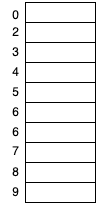
Before: cache1.png, a diagram exported from draw.io (zhaole0606/pic). Source tidied: cells renumbered, new cells last; positions are measured from the earlier drawing's top-left corner, leaving out a move shared by most shapes.
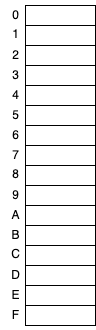
The same diagram one commit later.

Diff of the diagram source:
```diff
@@ -33,7 +33,7 @@
       <mxGeometry x="25" y="182" width="70" height="20" as="geometry" />
     </mxCell>
     <mxCell id="12" value="0" style="text;html=1;align=center;verticalAlign=middle;strokeColor=none;fillColor=none;" parent="1" vertex="1">
-      <mxGeometry width="30" height="30" as="geometry" />
+      <mxGeometry y="-23" width="30" height="30" as="geometry" />
     </mxCell>
     <mxCell id="13" value="2" style="text;html=1;align=center;verticalAlign=middle;strokeColor=none;fillColor=none;" parent="1" vertex="1">
       <mxGeometry y="17" width="30" height="30" as="geometry" />
@@ -50,17 +50,53 @@
     <mxCell id="17" value="6" style="text;html=1;align=center;verticalAlign=middle;strokeColor=none;fillColor=none;" parent="1" vertex="1">
       <mxGeometry y="97" width="30" height="30" as="geometry" />
     </mxCell>
-    <mxCell id="18" value="6" style="text;html=1;align=center;verticalAlign=middle;strokeColor=none;fillColor=none;" parent="1" vertex="1">
+    <mxCell id="18" value="7" style="text;html=1;align=center;verticalAlign=middle;strokeColor=none;fillColor=none;" parent="1" vertex="1">
       <mxGeometry y="117" width="30" height="30" as="geometry" />
     </mxCell>
-    <mxCell id="19" value="7" style="text;html=1;align=center;verticalAlign=middle;strokeColor=none;fillColor=none;" parent="1" vertex="1">
+    <mxCell id="19" value="8" style="text;html=1;align=center;verticalAlign=middle;strokeColor=none;fillColor=none;" parent="1" vertex="1">
       <mxGeometry y="136" width="30" height="30" as="geometry" />
     </mxCell>
-    <mxCell id="20" value="9" style="text;html=1;align=center;verticalAlign=middle;strokeColor=none;fillColor=none;" parent="1" vertex="1">
+    <mxCell id="20" value="A" style="text;html=1;align=center;verticalAlign=middle;strokeColor=none;fillColor=none;" parent="1" vertex="1">
       <mxGeometry y="177" width="30" height="30" as="geometry" />
     </mxCell>
-    <mxCell id="21" value="8" style="text;html=1;align=center;verticalAlign=middle;strokeColor=none;fillColor=none;" parent="1" vertex="1">
+    <mxCell id="21" value="9" style="text;html=1;align=center;verticalAlign=middle;strokeColor=none;fillColor=none;" parent="1" vertex="1">
       <mxGeometry y="157" width="30" height="30" as="geometry" />
     </mxCell>
+    <mxCell id="22" style="rounded=0;whiteSpace=wrap;html=1;" parent="1" vertex="1">
+      <mxGeometry x="25" y="-18" width="70" height="20" as="geometry" />
+    </mxCell>
+    <mxCell id="23" value="1" style="text;html=1;align=center;verticalAlign=middle;strokeColor=none;fillColor=none;" parent="1" vertex="1">
+      <mxGeometry y="-4" width="30" height="30" as="geometry" />
+    </mxCell>
+    <mxCell id="24" style="rounded=0;whiteSpace=wrap;html=1;" parent="1" vertex="1">
+      <mxGeometry x="25" y="222" width="70" height="30" as="geometry" />
+    </mxCell>
+    <mxCell id="25" style="rounded=0;whiteSpace=wrap;html=1;" parent="1" vertex="1">
+      <mxGeometry x="25" y="242" width="70" height="20" as="geometry" />
+    </mxCell>
+    <mxCell id="26" style="rounded=0;whiteSpace=wrap;html=1;" parent="1" vertex="1">
+      <mxGeometry x="25" y="262" width="70" height="20" as="geometry" />
+    </mxCell>
+    <mxCell id="27" value="B" style="text;html=1;align=center;verticalAlign=middle;strokeColor=none;fillColor=none;" parent="1" vertex="1">
+      <mxGeometry y="197" width="30" height="30" as="geometry" />
+    </mxCell>
+    <mxCell id="28" value="D" style="text;html=1;align=center;verticalAlign=middle;strokeColor=none;fillColor=none;" parent="1" vertex="1">
+      <mxGeometry y="237" width="30" height="30" as="geometry" />
+    </mxCell>
+    <mxCell id="29" value="E" style="text;html=1;align=center;verticalAlign=middle;strokeColor=none;fillColor=none;" parent="1" vertex="1">
+      <mxGeometry y="257" width="30" height="30" as="geometry" />
+    </mxCell>
+    <mxCell id="30" style="rounded=0;whiteSpace=wrap;html=1;" parent="1" vertex="1">
+      <mxGeometry x="25" y="202" width="70" height="20" as="geometry" />
+    </mxCell>
+    <mxCell id="31" value="C" style="text;html=1;align=center;verticalAlign=middle;strokeColor=none;fillColor=none;" parent="1" vertex="1">
+      <mxGeometry y="216" width="30" height="30" as="geometry" />
+    </mxCell>
+    <mxCell id="32" style="rounded=0;whiteSpace=wrap;html=1;" parent="1" vertex="1">
+      <mxGeometry x="25" y="282" width="70" height="20" as="geometry" />
+    </mxCell>
+    <mxCell id="33" value="F" style="text;html=1;align=center;verticalAlign=middle;strokeColor=none;fillColor=none;" parent="1" vertex="1">
+      <mxGeometry y="277" width="30" height="30" as="geometry" />
+    </mxCell>
   </root>
 </mxGraphModel>
```
